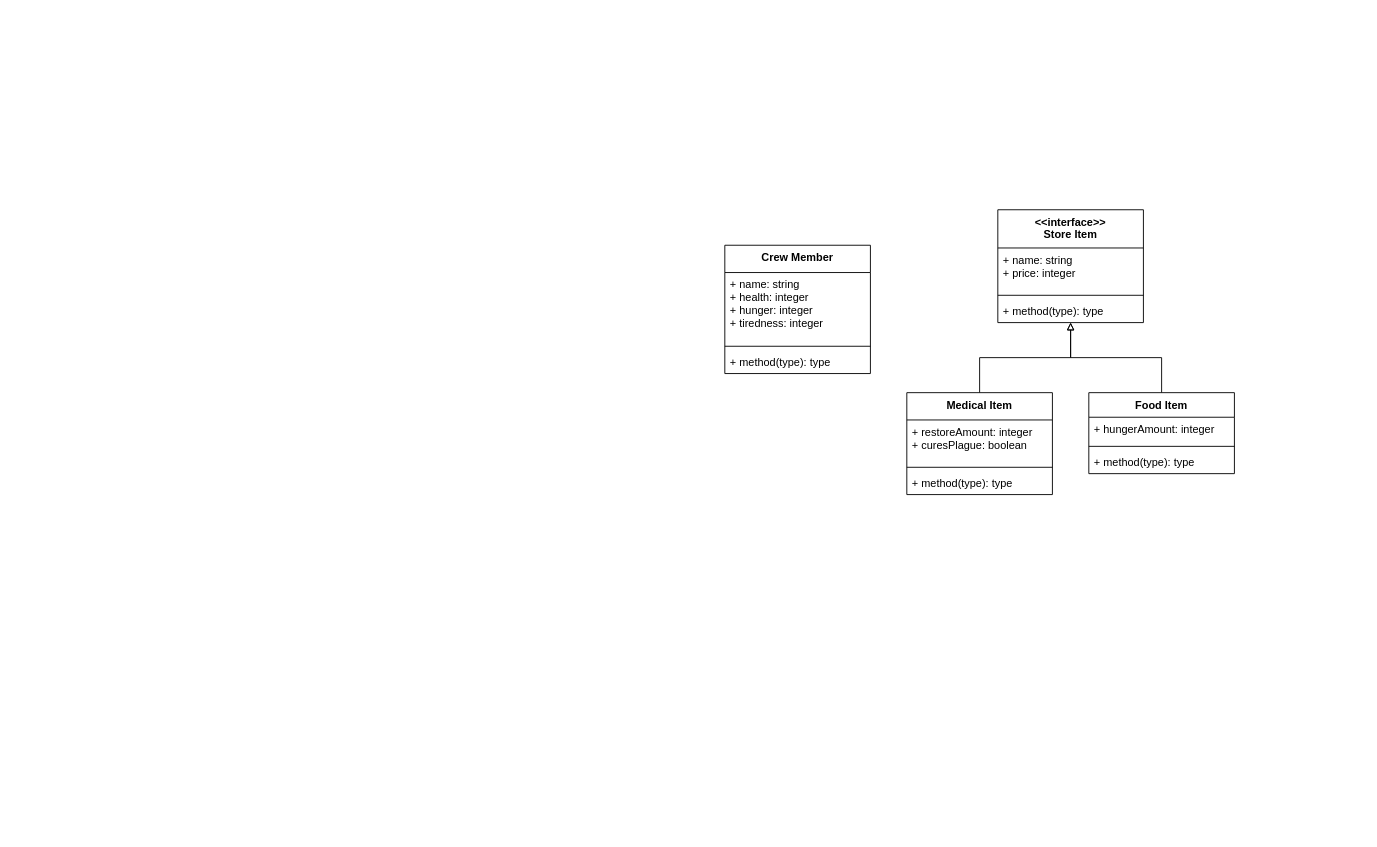
The draw.io diagram UML/Class Diagram.drawio in SaahilNZ/SENG201-Space-Explorer, before the edit. Source tidied: cells renumbered, new cells numbered last; positions are measured from the earlier drawing's top-left corner, leaving out a move shared by most shapes. Both pictures are drawn from the tidied source at 91%, with x=0, y=0 at pixel (724, 209).
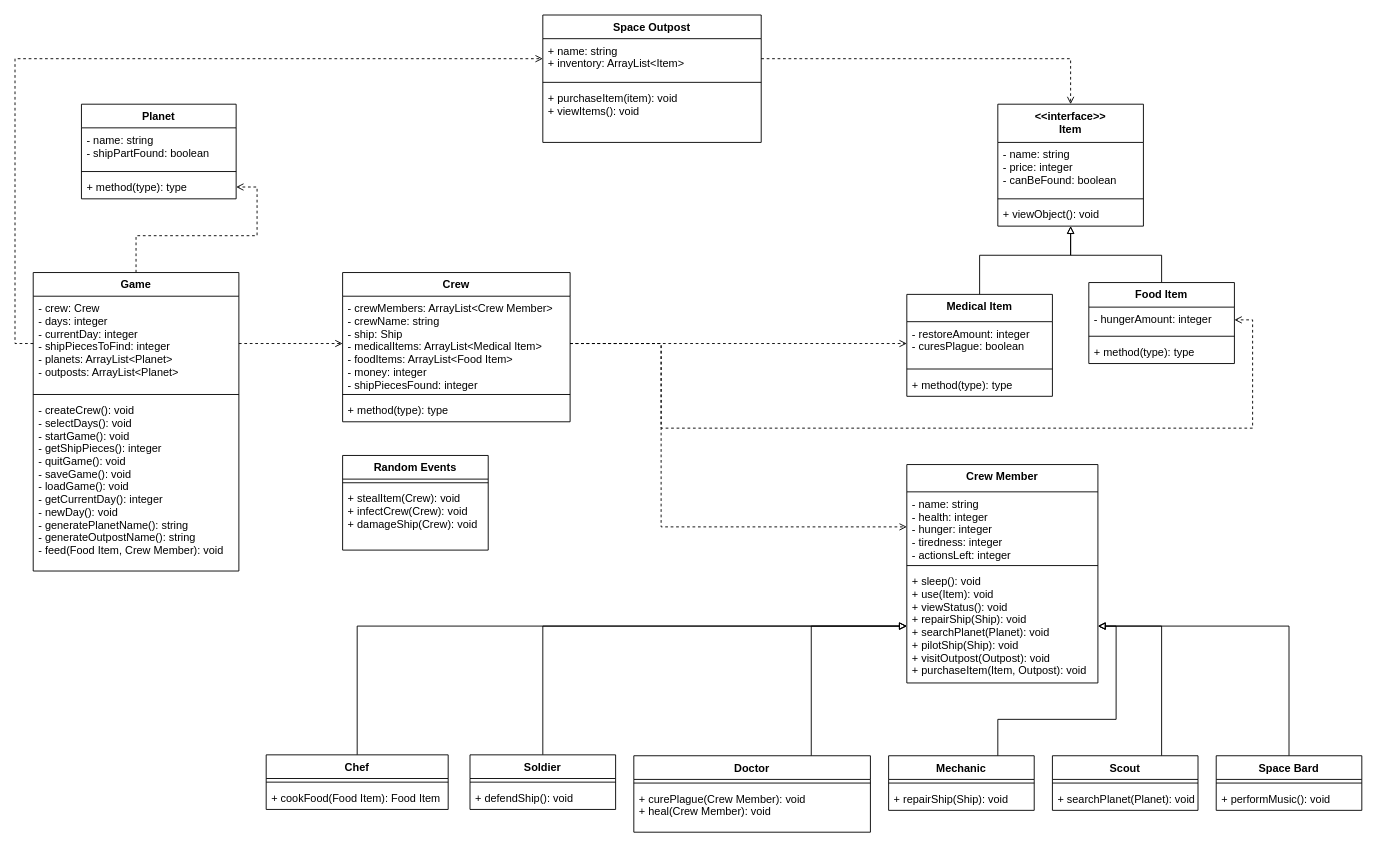
The same page after the edit.

Commit message:
Add additional classes to class diagram

What changed in the source:
```diff
@@
     <mxCell id="2" value="Crew Member&#10;" style="swimlane;fontStyle=1;align=center;verticalAlign=top;horizontal=1;startSize=30;" parent="1" vertex="1">
-      <mxGeometry y="39" width="160" height="141" as="geometry" />
+      <mxGeometry x="200" y="280" width="210" height="240" as="geometry" />
     </mxCell>
-    <mxCell id="3" value="+ name: string&#10;+ health: integer&#10;+ hunger: integer&#10;+ tiredness: integer&#10;" style="text;strokeColor=none;fillColor=none;align=left;verticalAlign=top;spacingLeft=4;spacingRight=4;overflow=hidden;points=[[0,0.5],[1,0.5]];portConstraint=eastwest;" parent="2" vertex="1">
-      <mxGeometry y="30" width="160" height="77" as="geometry" />
+    <mxCell id="3" value="- name: string&#10;- health: integer&#10;- hunger: integer&#10;- tiredness: integer&#10;- actionsLeft: integer" style="text;strokeColor=none;fillColor=none;align=left;verticalAlign=top;spacingLeft=4;spacingRight=4;overflow=hidden;points=[[0,0.5],[1,0.5]];portConstraint=eastwest;" parent="2" vertex="1">
+      <mxGeometry y="30" width="210" height="77" as="geometry" />
     </mxCell>
     <mxCell id="4" style="line;strokeWidth=1;fillColor=none;align=left;verticalAlign=middle;spacingTop=-1;spacingLeft=3;spacingRight=3;labelPosition=right;" parent="2" vertex="1">
-      <mxGeometry y="107" width="160" height="8" as="geometry" />
+      <mxGeometry y="107" width="210" height="8" as="geometry" />
     </mxCell>
-    <mxCell id="5" value="+ method(type): type" style="text;strokeColor=none;fillColor=none;align=left;verticalAlign=top;spacingLeft=4;spacingRight=4;overflow=hidden;points=[[0,0.5],[1,0.5]];portConstraint=eastwest;" parent="2" vertex="1">
-      <mxGeometry y="115" width="160" height="26" as="geometry" />
+    <mxCell id="5" value="+ sleep(): void&#10;+ use(Item): void&#10;+ viewStatus(): void&#10;+ repairShip(Ship): void&#10;+ searchPlanet(Planet): void&#10;+ pilotShip(Ship): void&#10;+ visitOutpost(Outpost): void&#10;+ purchaseItem(Item, Outpost): void" style="text;strokeColor=none;fillColor=none;align=left;verticalAlign=top;spacingLeft=4;spacingRight=4;overflow=hidden;points=[[0,0.5],[1,0.5]];portConstraint=eastwest;" parent="2" vertex="1">
+      <mxGeometry y="115" width="210" height="125" as="geometry" />
     </mxCell>
     <mxCell id="6" style="edgeStyle=orthogonalEdgeStyle;rounded=0;jettySize=auto;html=1;exitX=0.5;exitY=0;exitDx=0;exitDy=0;entryX=0.5;entryY=1;entryDx=0;entryDy=0;endArrow=block;endFill=0;" parent="1" edge="1" source="7" target="16">
-      <mxGeometry relative="1" as="geometry" />
+      <mxGeometry relative="1" as="geometry">
+        <Array as="points">
+          <mxPoint x="280" y="50" />
+          <mxPoint x="380" y="50" />
+        </Array>
+      </mxGeometry>
     </mxCell>
     <mxCell id="7" value="Medical Item&#10;" style="swimlane;fontStyle=1;align=center;verticalAlign=top;horizontal=1;startSize=30;" parent="1" vertex="1">
-      <mxGeometry x="200" y="201" width="160" height="112" as="geometry" />
+      <mxGeometry x="200" y="93" width="160" height="112" as="geometry" />
     </mxCell>
-    <mxCell id="8" value="+ restoreAmount: integer&#10;+ curesPlague: boolean&#10;" style="text;strokeColor=none;fillColor=none;align=left;verticalAlign=top;spacingLeft=4;spacingRight=4;overflow=hidden;points=[[0,0.5],[1,0.5]];portConstraint=eastwest;" parent="7" vertex="1">
+    <mxCell id="8" value="- restoreAmount: integer&#10;- curesPlague: boolean&#10;" style="text;strokeColor=none;fillColor=none;align=left;verticalAlign=top;spacingLeft=4;spacingRight=4;overflow=hidden;points=[[0,0.5],[1,0.5]];portConstraint=eastwest;" parent="7" vertex="1">
       <mxGeometry y="30" width="160" height="48" as="geometry" />
     </mxCell>
@@
     <mxCell id="11" style="edgeStyle=orthogonalEdgeStyle;rounded=0;jettySize=auto;html=1;exitX=0.5;exitY=0;exitDx=0;exitDy=0;entryX=0.5;entryY=1;entryDx=0;entryDy=0;endArrow=block;endFill=0;" parent="1" edge="1" source="12" target="16">
-      <mxGeometry relative="1" as="geometry" />
+      <mxGeometry relative="1" as="geometry">
+        <Array as="points">
+          <mxPoint x="480" y="50" />
+          <mxPoint x="380" y="50" />
+        </Array>
+      </mxGeometry>
     </mxCell>
     <mxCell id="12" value="Food Item&#10;" style="swimlane;fontStyle=1;align=center;verticalAlign=top;horizontal=1;startSize=27;" parent="1" vertex="1">
-      <mxGeometry x="400" y="201" width="160" height="89" as="geometry" />
+      <mxGeometry x="400" y="80" width="160" height="89" as="geometry" />
     </mxCell>
-    <mxCell id="13" value="+ hungerAmount: integer&#10;" style="text;strokeColor=none;fillColor=none;align=left;verticalAlign=top;spacingLeft=4;spacingRight=4;overflow=hidden;points=[[0,0.5],[1,0.5]];portConstraint=eastwest;" parent="12" vertex="1">
+    <mxCell id="13" value="- hungerAmount: integer&#10;" style="text;strokeColor=none;fillColor=none;align=left;verticalAlign=top;spacingLeft=4;spacingRight=4;overflow=hidden;points=[[0,0.5],[1,0.5]];portConstraint=eastwest;" parent="12" vertex="1">
       <mxGeometry y="27" width="160" height="28" as="geometry" />
     </mxCell>
@@
-    <mxCell id="16" value="&lt;&lt;interface&gt;&gt;&#10;Store Item&#10;" style="swimlane;fontStyle=1;align=center;verticalAlign=top;horizontal=1;startSize=42;" parent="1" vertex="1">
-      <mxGeometry x="300" width="160" height="124" as="geometry" />
+    <mxCell id="16" value="&lt;&lt;interface&gt;&gt;&#10;Item&#10;" style="swimlane;fontStyle=1;align=center;verticalAlign=top;horizontal=1;startSize=42;" parent="1" vertex="1">
+      <mxGeometry x="300" y="-116" width="160" height="134" as="geometry" />
     </mxCell>
-    <mxCell id="17" value="+ name: string&#10;+ price: integer&#10;" style="text;strokeColor=none;fillColor=none;align=left;verticalAlign=top;spacingLeft=4;spacingRight=4;overflow=hidden;" parent="16" vertex="1">
-      <mxGeometry y="42" width="160" height="48" as="geometry" />
+    <mxCell id="17" value="- name: string&#10;- price: integer&#10;- canBeFound: boolean" style="text;strokeColor=none;fillColor=none;align=left;verticalAlign=top;spacingLeft=4;spacingRight=4;overflow=hidden;" parent="16" vertex="1">
+      <mxGeometry y="42" width="160" height="58" as="geometry" />
     </mxCell>
     <mxCell id="18" style="line;strokeWidth=1;fillColor=none;align=left;verticalAlign=middle;spacingTop=-1;spacingLeft=3;spacingRight=3;labelPosition=right;" parent="16" vertex="1">
-      <mxGeometry y="90" width="160" height="8" as="geometry" />
+      <mxGeometry y="100" width="160" height="8" as="geometry" />
     </mxCell>
-    <mxCell id="19" value="+ method(type): type" style="text;strokeColor=none;fillColor=none;align=left;verticalAlign=top;spacingLeft=4;spacingRight=4;overflow=hidden;" parent="16" vertex="1">
-      <mxGeometry y="98" width="160" height="26" as="geometry" />
+    <mxCell id="19" value="+ viewObject(): void" style="text;strokeColor=none;fillColor=none;align=left;verticalAlign=top;spacingLeft=4;spacingRight=4;overflow=hidden;" parent="16" vertex="1">
+      <mxGeometry y="108" width="160" height="26" as="geometry" />
     </mxCell>
+    <mxCell id="20" value="Crew&#10;" style="swimlane;fontStyle=1;align=center;verticalAlign=top;horizontal=1;startSize=26;" parent="1" vertex="1">
+      <mxGeometry x="-420" y="69" width="250" height="164" as="geometry" />
+    </mxCell>
+    <mxCell id="21" value="- crewMembers: ArrayList&lt;Crew Member&gt;&#10;- crewName: string&#10;- ship: Ship&#10;- medicalItems: ArrayList&lt;Medical Item&gt;&#10;- foodItems: ArrayList&lt;Food Item&gt;&#10;- money: integer&#10;- shipPiecesFound: integer&#10;" style="text;strokeColor=none;fillColor=none;align=left;verticalAlign=top;spacingLeft=4;spacingRight=4;overflow=hidden;points=[[0,0.5],[1,0.5]];portConstraint=eastwest;" parent="20" vertex="1">
+      <mxGeometry y="26" width="250" height="104" as="geometry" />
+    </mxCell>
+    <mxCell id="22" style="line;strokeWidth=1;fillColor=none;align=left;verticalAlign=middle;spacingTop=-1;spacingLeft=3;spacingRight=3;labelPosition=right;" parent="20" vertex="1">
+      <mxGeometry y="130" width="250" height="8" as="geometry" />
+    </mxCell>
+    <mxCell id="23" value="+ method(type): type" style="text;strokeColor=none;fillColor=none;align=left;verticalAlign=top;spacingLeft=4;spacingRight=4;overflow=hidden;" parent="20" vertex="1">
+      <mxGeometry y="138" width="250" height="26" as="geometry" />
+    </mxCell>
+    <mxCell id="24" value="Random Events" style="swimlane;fontStyle=1;align=center;verticalAlign=top;horizontal=1;startSize=26;" parent="1" vertex="1">
+      <mxGeometry x="-420" y="270" width="160" height="104" as="geometry" />
+    </mxCell>
+    <mxCell id="25" style="line;strokeWidth=1;fillColor=none;align=left;verticalAlign=middle;spacingTop=-1;spacingLeft=3;spacingRight=3;labelPosition=right;" parent="24" vertex="1">
+      <mxGeometry y="26" width="160" height="8" as="geometry" />
+    </mxCell>
+    <mxCell id="26" value="+ stealItem(Crew): void&#10;+ infectCrew(Crew): void&#10;+ damageShip(Crew): void" style="text;strokeColor=none;fillColor=none;align=left;verticalAlign=top;spacingLeft=4;spacingRight=4;overflow=hidden;" parent="24" vertex="1">
+      <mxGeometry y="34" width="160" height="70" as="geometry" />
+    </mxCell>
+    <mxCell id="27" value="Planet" style="swimlane;fontStyle=1;align=center;verticalAlign=top;horizontal=1;startSize=26;" parent="1" vertex="1">
+      <mxGeometry x="-707" y="-116" width="170" height="104" as="geometry" />
+    </mxCell>
+    <mxCell id="28" value="- name: string&#10;- shipPartFound: boolean&#10;" style="text;strokeColor=none;fillColor=none;align=left;verticalAlign=top;spacingLeft=4;spacingRight=4;overflow=hidden;" parent="27" vertex="1">
+      <mxGeometry y="26" width="170" height="44" as="geometry" />
+    </mxCell>
+    <mxCell id="29" style="line;strokeWidth=1;fillColor=none;align=left;verticalAlign=middle;spacingTop=-1;spacingLeft=3;spacingRight=3;labelPosition=right;" parent="27" vertex="1">
+      <mxGeometry y="70" width="170" height="8" as="geometry" />
+    </mxCell>
+    <mxCell id="30" value="+ method(type): type" style="text;strokeColor=none;fillColor=none;align=left;verticalAlign=top;spacingLeft=4;spacingRight=4;overflow=hidden;points=[[0,0.5],[1,0.5]];portConstraint=eastwest;" parent="27" vertex="1">
+      <mxGeometry y="78" width="170" height="26" as="geometry" />
+    </mxCell>
+    <mxCell id="31" style="edgeStyle=orthogonalEdgeStyle;rounded=0;jettySize=auto;html=1;exitX=0.5;exitY=0;exitDx=0;exitDy=0;entryX=1;entryY=0.5;entryDx=0;entryDy=0;dashed=1;endArrow=open;endFill=0;" parent="1" edge="1" source="32" target="30">
+      <mxGeometry relative="1" as="geometry" />
+    </mxCell>
+    <mxCell id="32" value="Game" style="swimlane;fontStyle=1;align=center;verticalAlign=top;horizontal=1;startSize=26;" parent="1" vertex="1">
+      <mxGeometry x="-760" y="69" width="226" height="328" as="geometry" />
+    </mxCell>
+    <mxCell id="33" value="- crew: Crew&#10;- days: integer&#10;- currentDay: integer&#10;- shipPiecesToFind: integer&#10;- planets: ArrayList&lt;Planet&gt;&#10;- outposts: ArrayList&lt;Planet&gt;&#10;" style="text;strokeColor=none;fillColor=none;align=left;verticalAlign=top;spacingLeft=4;spacingRight=4;overflow=hidden;points=[[0,0.5],[1,0.5]];portConstraint=eastwest;" parent="32" vertex="1">
+      <mxGeometry y="26" width="226" height="104" as="geometry" />
+    </mxCell>
+    <mxCell id="34" style="line;strokeWidth=1;fillColor=none;align=left;verticalAlign=middle;spacingTop=-1;spacingLeft=3;spacingRight=3;labelPosition=right;" parent="32" vertex="1">
+      <mxGeometry y="130" width="226" height="8" as="geometry" />
+    </mxCell>
+    <mxCell id="35" value="- createCrew(): void&#10;- selectDays(): void&#10;- startGame(): void&#10;- getShipPieces(): integer&#10;- quitGame(): void&#10;- saveGame(): void&#10;- loadGame(): void&#10;- getCurrentDay(): integer&#10;- newDay(): void&#10;- generatePlanetName(): string&#10;- generateOutpostName(): string&#10;- feed(Food Item, Crew Member): void" style="text;strokeColor=none;fillColor=none;align=left;verticalAlign=top;spacingLeft=4;spacingRight=4;overflow=hidden;" parent="32" vertex="1">
+      <mxGeometry y="138" width="226" height="190" as="geometry" />
+    </mxCell>
+    <mxCell id="36" style="edgeStyle=orthogonalEdgeStyle;rounded=0;jettySize=auto;html=1;exitX=1;exitY=0.5;exitDx=0;exitDy=0;dashed=1;endArrow=open;endFill=0;" parent="1" edge="1" source="33" target="21">
+      <mxGeometry relative="1" as="geometry" />
+    </mxCell>
+    <mxCell id="37" value="Space Outpost" style="swimlane;fontStyle=1;align=center;verticalAlign=top;horizontal=1;startSize=26;" parent="1" vertex="1">
+      <mxGeometry x="-200" y="-214" width="240" height="140" as="geometry" />
+    </mxCell>
+    <mxCell id="38" value="+ name: string&#10;+ inventory: ArrayList&lt;Item&gt;" style="text;strokeColor=none;fillColor=none;align=left;verticalAlign=top;spacingLeft=4;spacingRight=4;overflow=hidden;points=[[0,0.5],[1,0.5]];portConstraint=eastwest;" parent="37" vertex="1">
+      <mxGeometry y="26" width="240" height="44" as="geometry" />
+    </mxCell>
+    <mxCell id="39" style="line;strokeWidth=1;fillColor=none;align=left;verticalAlign=middle;spacingTop=-1;spacingLeft=3;spacingRight=3;labelPosition=right;" parent="37" vertex="1">
+      <mxGeometry y="70" width="240" height="8" as="geometry" />
+    </mxCell>
+    <mxCell id="40" value="+ purchaseItem(item): void&#10;+ viewItems(): void&#10;" style="text;strokeColor=none;fillColor=none;align=left;verticalAlign=top;spacingLeft=4;spacingRight=4;overflow=hidden;" parent="37" vertex="1">
+      <mxGeometry y="78" width="240" height="62" as="geometry" />
+    </mxCell>
+    <mxCell id="41" style="edgeStyle=orthogonalEdgeStyle;rounded=0;jettySize=auto;html=1;exitX=1;exitY=0.5;exitDx=0;exitDy=0;entryX=0.5;entryY=0;entryDx=0;entryDy=0;dashed=1;endArrow=open;endFill=0;" parent="1" edge="1" source="38" target="16">
+      <mxGeometry relative="1" as="geometry" />
+    </mxCell>
+    <mxCell id="42" style="edgeStyle=orthogonalEdgeStyle;rounded=0;jettySize=auto;html=1;exitX=0;exitY=0.5;exitDx=0;exitDy=0;entryX=0;entryY=0.5;entryDx=0;entryDy=0;dashed=1;endArrow=open;endFill=0;" parent="1" edge="1" source="33" target="38">
+      <mxGeometry relative="1" as="geometry" />
+    </mxCell>
+    <mxCell id="43" style="edgeStyle=orthogonalEdgeStyle;rounded=0;jettySize=auto;html=1;exitX=1;exitY=0.5;exitDx=0;exitDy=0;entryX=0;entryY=0.5;entryDx=0;entryDy=0;dashed=1;endArrow=open;endFill=0;" parent="1" edge="1" source="21" target="8">
+      <mxGeometry relative="1" as="geometry" />
+    </mxCell>
+    <mxCell id="44" style="edgeStyle=orthogonalEdgeStyle;rounded=0;jettySize=auto;html=1;exitX=1;exitY=0.5;exitDx=0;exitDy=0;entryX=1;entryY=0.5;entryDx=0;entryDy=0;dashed=1;endArrow=open;endFill=0;" parent="1" edge="1" source="21" target="13">
+      <mxGeometry relative="1" as="geometry">
+        <Array as="points">
+          <mxPoint x="-70" y="147" />
+          <mxPoint x="-70" y="240" />
+          <mxPoint x="580" y="240" />
+          <mxPoint x="580" y="121" />
+        </Array>
+      </mxGeometry>
+    </mxCell>
+    <mxCell id="45" style="edgeStyle=orthogonalEdgeStyle;rounded=0;jettySize=auto;html=1;exitX=1;exitY=0.5;exitDx=0;exitDy=0;entryX=0;entryY=0.5;entryDx=0;entryDy=0;dashed=1;endArrow=open;endFill=0;" parent="1" edge="1" source="21" target="3">
+      <mxGeometry relative="1" as="geometry">
+        <Array as="points">
+          <mxPoint x="-70" y="147" />
+          <mxPoint x="-70" y="349" />
+        </Array>
+      </mxGeometry>
+    </mxCell>
+    <mxCell id="46" style="edgeStyle=orthogonalEdgeStyle;rounded=0;jettySize=auto;html=1;exitX=0.75;exitY=0;exitDx=0;exitDy=0;entryX=0;entryY=0.5;entryDx=0;entryDy=0;endArrow=block;endFill=0;" parent="1" edge="1" source="47" target="5">
+      <mxGeometry relative="1" as="geometry" />
+    </mxCell>
+    <mxCell id="47" value="Doctor" style="swimlane;fontStyle=1;align=center;verticalAlign=top;horizontal=1;startSize=26;" parent="1" vertex="1">
+      <mxGeometry x="-100" y="600" width="260" height="84" as="geometry" />
+    </mxCell>
+    <mxCell id="48" style="line;strokeWidth=1;fillColor=none;align=left;verticalAlign=middle;spacingTop=-1;spacingLeft=3;spacingRight=3;labelPosition=right;" parent="47" vertex="1">
+      <mxGeometry y="26" width="260" height="8" as="geometry" />
+    </mxCell>
+    <mxCell id="49" value="+ curePlague(Crew Member): void&#10;+ heal(Crew Member): void&#10;" style="text;strokeColor=none;fillColor=none;align=left;verticalAlign=top;spacingLeft=4;spacingRight=4;overflow=hidden;" parent="47" vertex="1">
+      <mxGeometry y="34" width="260" height="50" as="geometry" />
+    </mxCell>
+    <mxCell id="50" style="edgeStyle=orthogonalEdgeStyle;rounded=0;jettySize=auto;html=1;exitX=0.75;exitY=0;exitDx=0;exitDy=0;entryX=1;entryY=0.5;entryDx=0;entryDy=0;endArrow=block;endFill=0;" parent="1" edge="1" source="51" target="5">
+      <mxGeometry relative="1" as="geometry" />
+    </mxCell>
+    <mxCell id="51" value="Mechanic" style="swimlane;fontStyle=1;align=center;verticalAlign=top;horizontal=1;startSize=26;" parent="1" vertex="1">
+      <mxGeometry x="180" y="600" width="160" height="60" as="geometry" />
+    </mxCell>
+    <mxCell id="52" style="line;strokeWidth=1;fillColor=none;align=left;verticalAlign=middle;spacingTop=-1;spacingLeft=3;spacingRight=3;labelPosition=right;" parent="51" vertex="1">
+      <mxGeometry y="26" width="160" height="8" as="geometry" />
+    </mxCell>
+    <mxCell id="53" value="+ repairShip(Ship): void" style="text;strokeColor=none;fillColor=none;align=left;verticalAlign=top;spacingLeft=4;spacingRight=4;overflow=hidden;" parent="51" vertex="1">
+      <mxGeometry y="34" width="160" height="26" as="geometry" />
+    </mxCell>
+    <mxCell id="54" style="edgeStyle=orthogonalEdgeStyle;rounded=0;jettySize=auto;html=1;exitX=0.75;exitY=0;exitDx=0;exitDy=0;entryX=1;entryY=0.5;entryDx=0;entryDy=0;endArrow=block;endFill=0;" parent="1" edge="1" source="55" target="5">
+      <mxGeometry relative="1" as="geometry" />
+    </mxCell>
+    <mxCell id="55" value="Scout" style="swimlane;fontStyle=1;align=center;verticalAlign=top;horizontal=1;startSize=26;" parent="1" vertex="1">
+      <mxGeometry x="360" y="600" width="160" height="60" as="geometry" />
+    </mxCell>
+    <mxCell id="56" style="line;strokeWidth=1;fillColor=none;align=left;verticalAlign=middle;spacingTop=-1;spacingLeft=3;spacingRight=3;labelPosition=right;" parent="55" vertex="1">
+      <mxGeometry y="26" width="160" height="8" as="geometry" />
+    </mxCell>
+    <mxCell id="57" value="+ searchPlanet(Planet): void" style="text;strokeColor=none;fillColor=none;align=left;verticalAlign=top;spacingLeft=4;spacingRight=4;overflow=hidden;" parent="55" vertex="1">
+      <mxGeometry y="34" width="160" height="26" as="geometry" />
+    </mxCell>
+    <mxCell id="58" style="edgeStyle=orthogonalEdgeStyle;rounded=0;jettySize=auto;html=1;exitX=0.5;exitY=0;exitDx=0;exitDy=0;entryX=1;entryY=0.5;entryDx=0;entryDy=0;endArrow=block;endFill=0;" parent="1" edge="1" source="59" target="5">
+      <mxGeometry relative="1" as="geometry" />
+    </mxCell>
+    <mxCell id="59" value="Space Bard" style="swimlane;fontStyle=1;align=center;verticalAlign=top;horizontal=1;startSize=26;" parent="1" vertex="1">
+      <mxGeometry x="540" y="600" width="160" height="60" as="geometry" />
+    </mxCell>
+    <mxCell id="60" style="line;strokeWidth=1;fillColor=none;align=left;verticalAlign=middle;spacingTop=-1;spacingLeft=3;spacingRight=3;labelPosition=right;" parent="59" vertex="1">
+      <mxGeometry y="26" width="160" height="8" as="geometry" />
+    </mxCell>
+    <mxCell id="61" value="+ performMusic(): void" style="text;strokeColor=none;fillColor=none;align=left;verticalAlign=top;spacingLeft=4;spacingRight=4;overflow=hidden;" parent="59" vertex="1">
+      <mxGeometry y="34" width="160" height="26" as="geometry" />
+    </mxCell>
+    <mxCell id="62" style="edgeStyle=orthogonalEdgeStyle;rounded=0;jettySize=auto;html=1;exitX=0.5;exitY=0;exitDx=0;exitDy=0;entryX=0;entryY=0.5;entryDx=0;entryDy=0;endArrow=block;endFill=0;" parent="1" edge="1" source="63" target="5">
+      <mxGeometry relative="1" as="geometry" />
+    </mxCell>
+    <mxCell id="63" value="Soldier" style="swimlane;fontStyle=1;align=center;verticalAlign=top;horizontal=1;startSize=26;" parent="1" vertex="1">
+      <mxGeometry x="-280" y="599" width="160" height="60" as="geometry" />
+    </mxCell>
+    <mxCell id="64" style="line;strokeWidth=1;fillColor=none;align=left;verticalAlign=middle;spacingTop=-1;spacingLeft=3;spacingRight=3;labelPosition=right;" parent="63" vertex="1">
+      <mxGeometry y="26" width="160" height="8" as="geometry" />
+    </mxCell>
+    <mxCell id="65" value="+ defendShip(): void" style="text;strokeColor=none;fillColor=none;align=left;verticalAlign=top;spacingLeft=4;spacingRight=4;overflow=hidden;" parent="63" vertex="1">
+      <mxGeometry y="34" width="160" height="26" as="geometry" />
+    </mxCell>
+    <mxCell id="66" style="edgeStyle=orthogonalEdgeStyle;rounded=0;jettySize=auto;html=1;exitX=0.5;exitY=0;exitDx=0;exitDy=0;endArrow=block;endFill=0;" parent="1" edge="1" source="67" target="5">
+      <mxGeometry relative="1" as="geometry" />
+    </mxCell>
+    <mxCell id="67" value="Chef" style="swimlane;fontStyle=1;align=center;verticalAlign=top;horizontal=1;startSize=26;" parent="1" vertex="1">
+      <mxGeometry x="-504" y="599" width="200" height="60" as="geometry" />
+    </mxCell>
+    <mxCell id="68" style="line;strokeWidth=1;fillColor=none;align=left;verticalAlign=middle;spacingTop=-1;spacingLeft=3;spacingRight=3;labelPosition=right;" parent="67" vertex="1">
+      <mxGeometry y="26" width="200" height="8" as="geometry" />
+    </mxCell>
+    <mxCell id="69" value="+ cookFood(Food Item): Food Item" style="text;strokeColor=none;fillColor=none;align=left;verticalAlign=top;spacingLeft=4;spacingRight=4;overflow=hidden;" parent="67" vertex="1">
+      <mxGeometry y="34" width="200" height="26" as="geometry" />
+    </mxCell>
```
